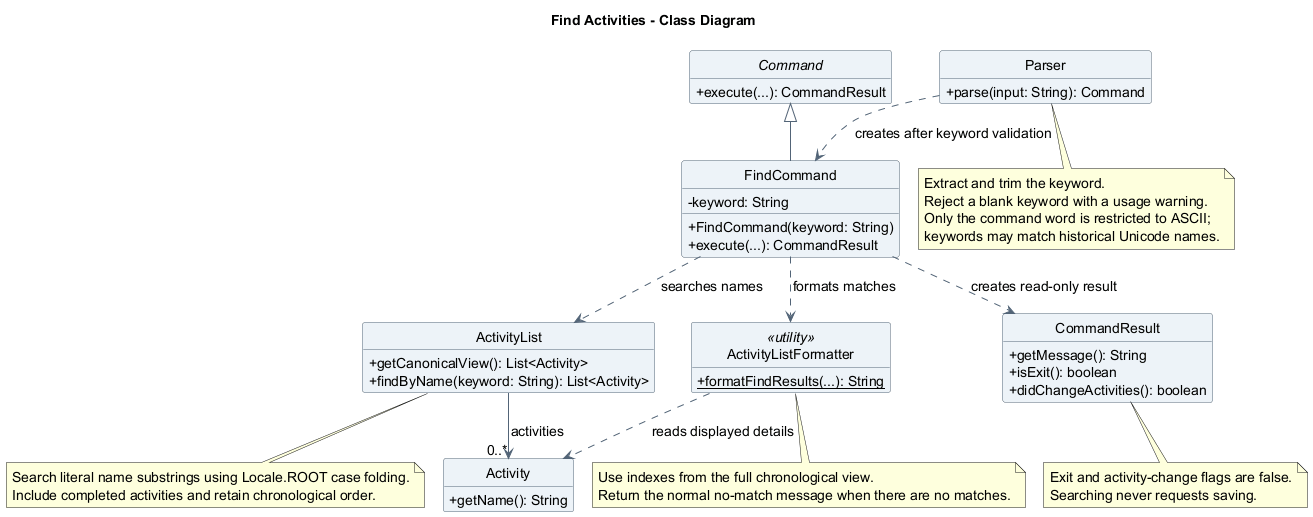
Earlier version of the PlantUML export docs/images/oliver/class/FindActivityClassDiagram.png (AY2627S1-CS2113-T10-4/tp).
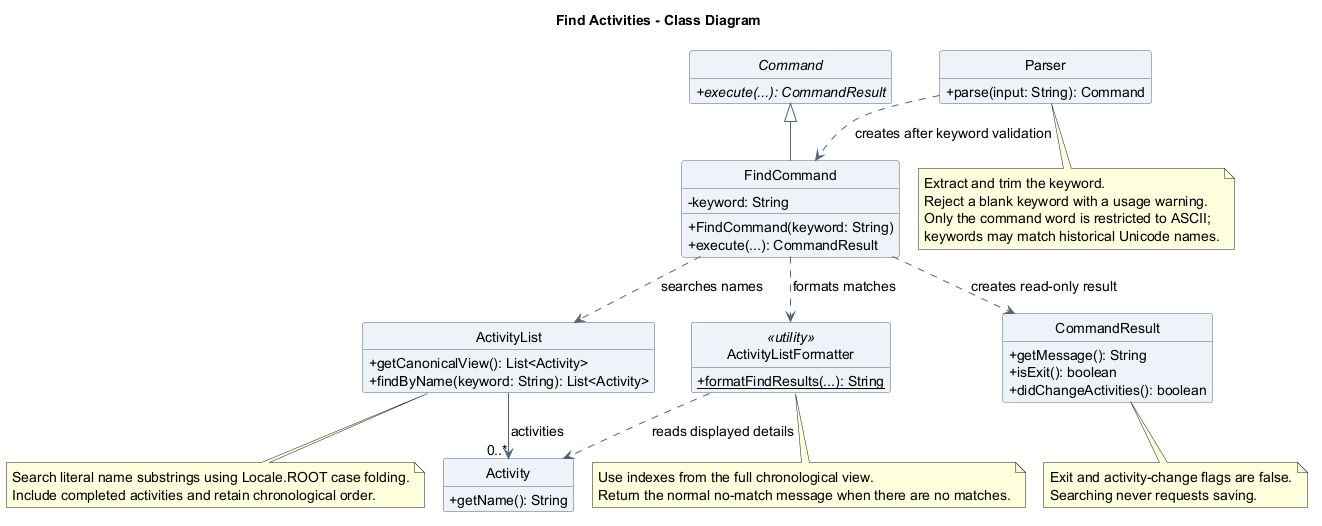
Above is the later version.

Change to the diagram source:
```diff
@@ -13,7 +13,7 @@
 hide empty members
 
 abstract class Command {
-  +execute(...): CommandResult
+  {abstract} +execute(...): CommandResult
 }
 class Parser {
   +parse(input: String): Command
```
